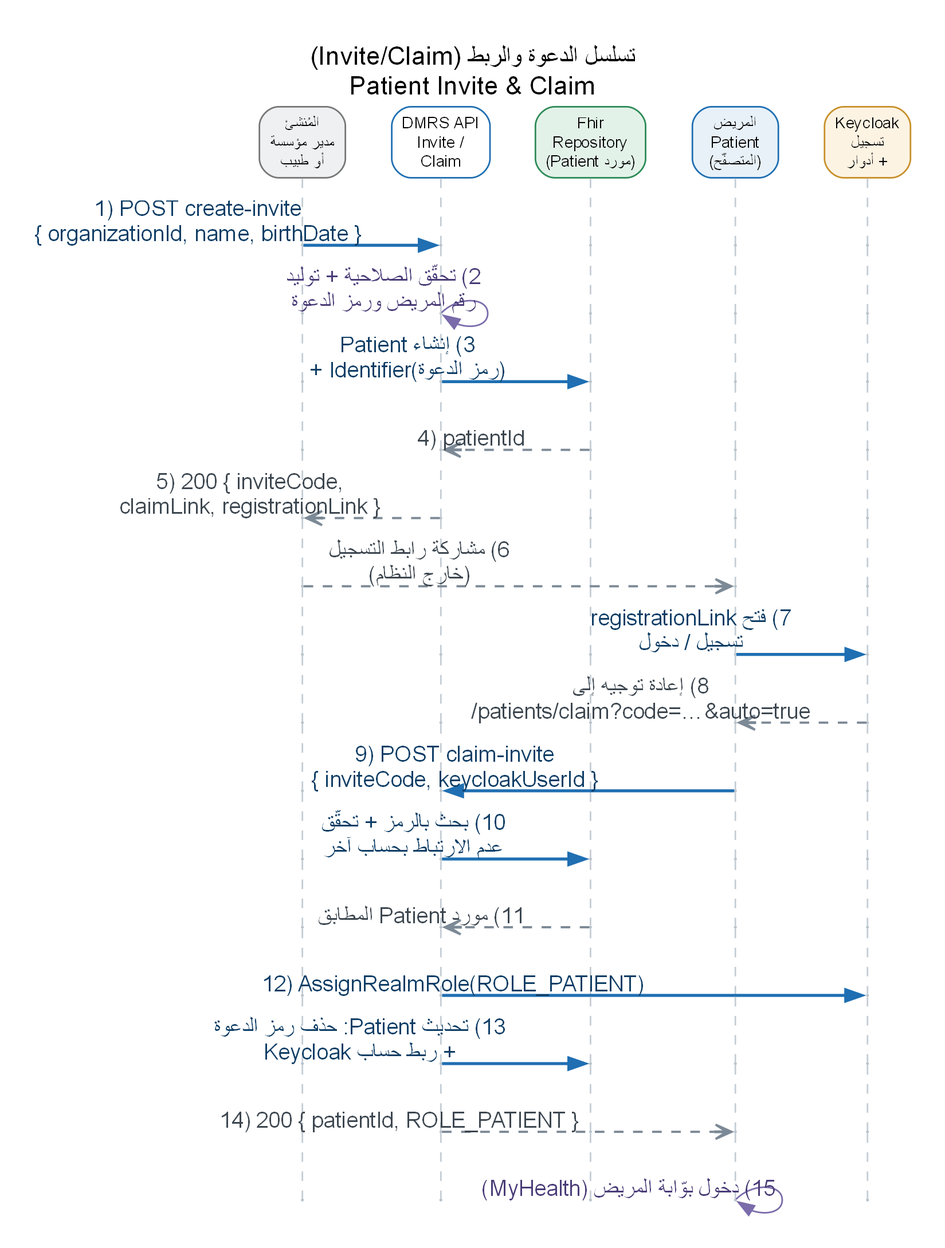
This is docs/diagrams/seq-invite-claim.png from Khair69/DMRS, a Graphviz export, as it was before one commit. Its source is kept beside it as docs/diagrams/seq-invite-claim.dot.
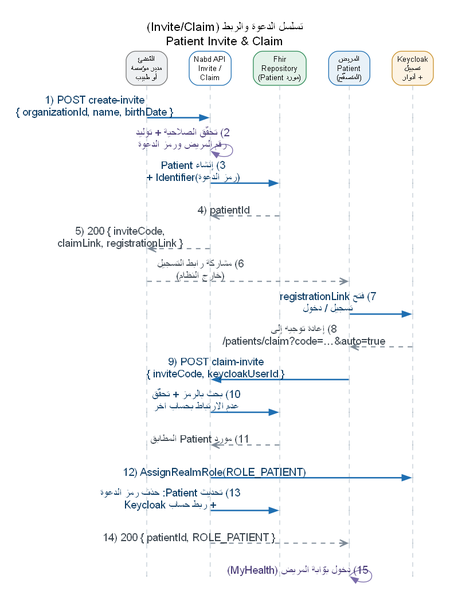
After the change.

Change to the diagram source:
```diff
@@ -9,7 +9,7 @@
     H_staff [shape=box, style="rounded,filled", fillcolor="#EEF0F2", color="#777777",
           fontcolor="black", margin="0.09,0.06", label="المُنشئ\nمدير مؤسسة\nأو طبيب"];
     H_api [shape=box, style="rounded,filled", fillcolor="#FFFFFF", color="#1F6FB2",
-          fontcolor="black", margin="0.09,0.06", label="DMRS API\nInvite /\nClaim"];
+          fontcolor="black", margin="0.09,0.06", label="Nabd API\nInvite /\nClaim"];
     H_repo [shape=box, style="rounded,filled", fillcolor="#E3F2E9", color="#2E8B57",
           fontcolor="black", margin="0.09,0.06", label="Fhir\nRepository\n(مورد Patient)"];
     H_pat [shape=box, style="rounded,filled", fillcolor="#E8F1F8", color="#1F6FB2",
```
